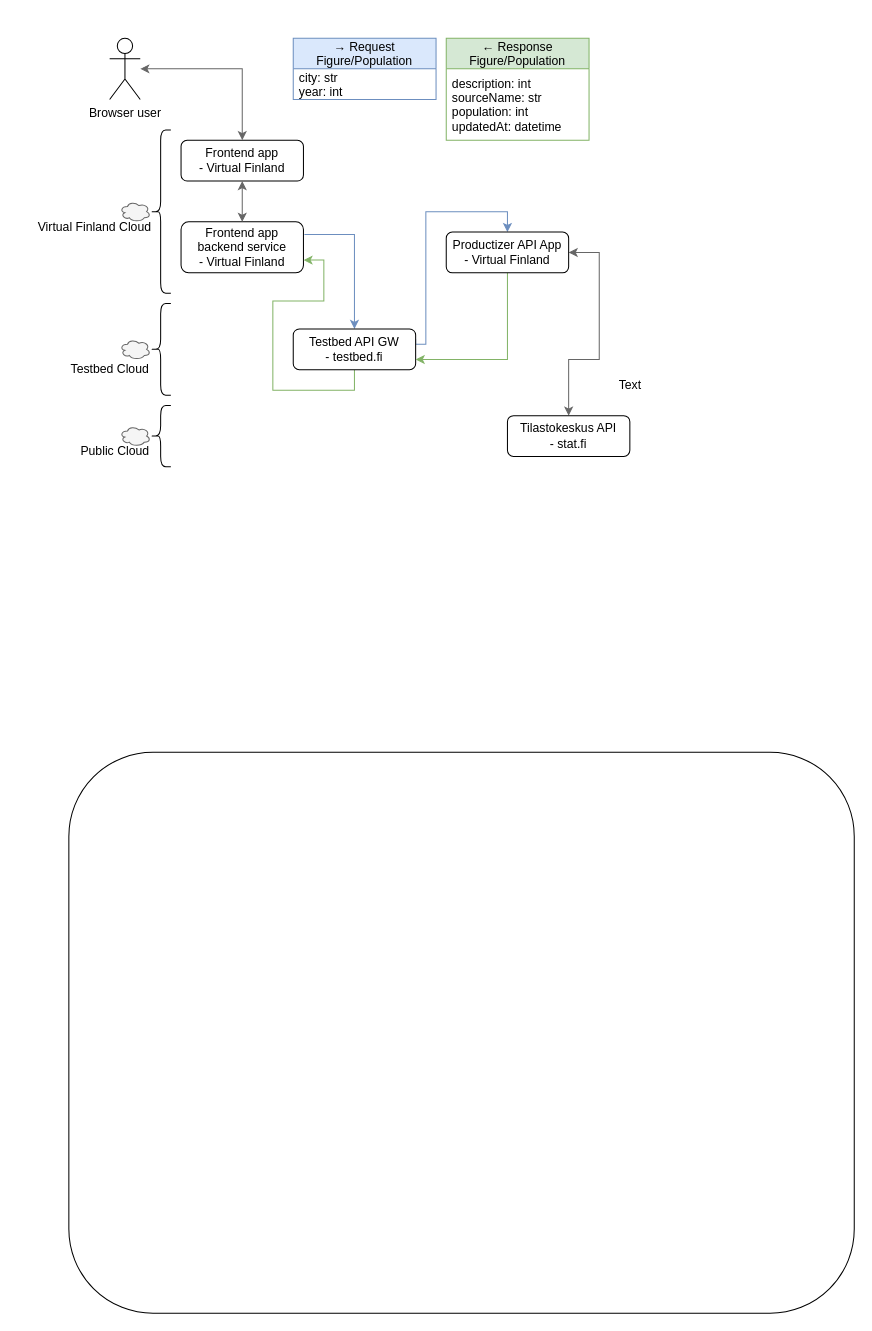
Above: docs/test-productizer-testbed-final.drawio in Virtual-Finland-Development/test-productizer (draw.io), before the change. Source tidied: cells renumbered, new cells numbered last; positions are measured from the earlier drawing's top-left corner, leaving out a move shared by most shapes. Both pictures are drawn from the tidied source at 102%, with x=0, y=0 at pixel (28, 38).
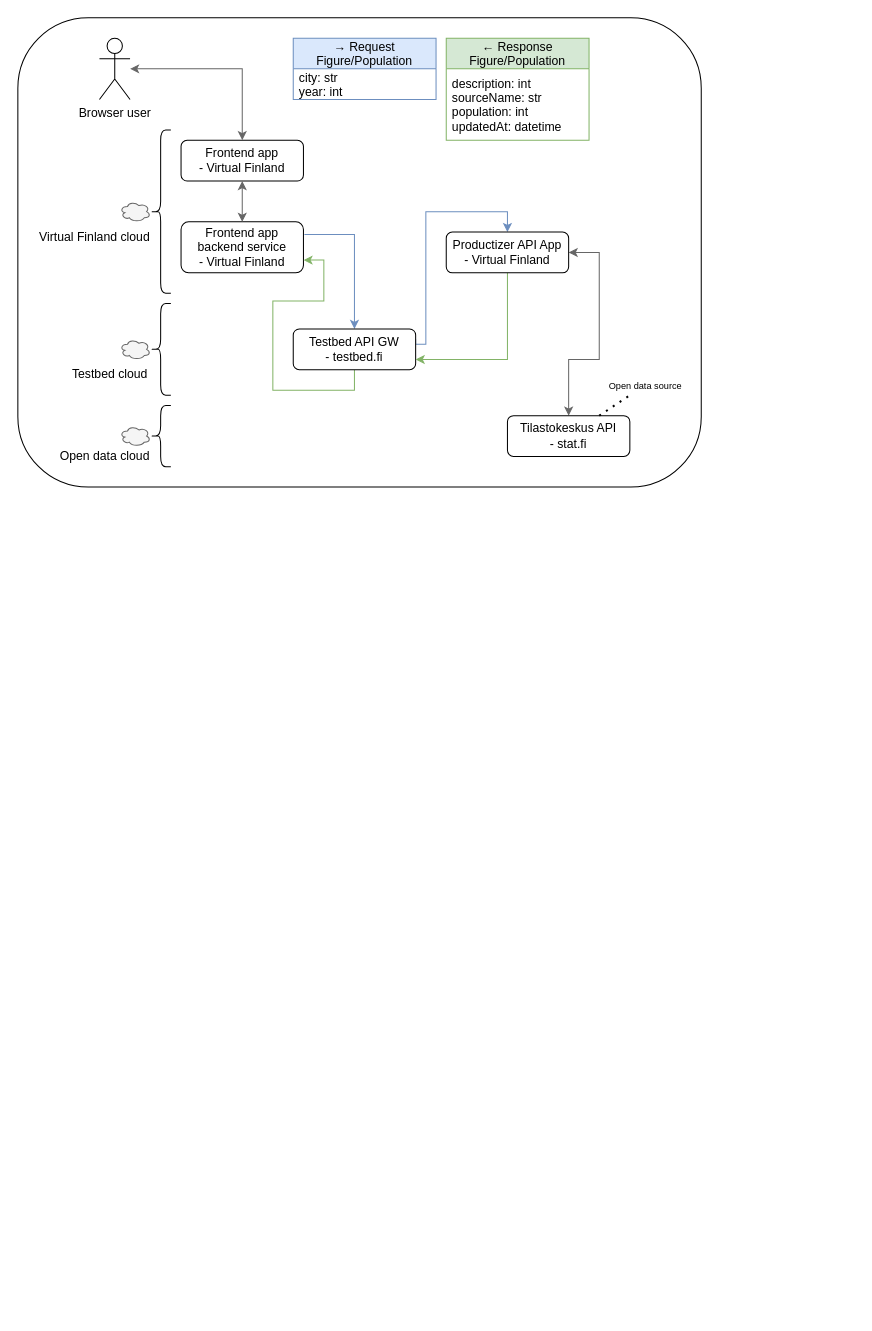
Above is the later version.

Commit message (it also covers changes not shown here):
docs: fine tune graps

Unchanged cells that the change refers to:
```xml
<mxCell id="15" value="Tilastokeskus API&lt;br&gt;- stat.fi" style="rounded=1;whiteSpace=wrap;html=1;" parent="1" vertex="1">
  <mxGeometry x="470" y="370" width="120" height="40" as="geometry" />
</mxCell>
```

What changed in the source:
```diff
@@
     <mxCell id="2" style="rounded=1;whiteSpace=wrap;html=1;" parent="1" vertex="1">
-      <mxGeometry x="40" y="700" width="770" height="550" as="geometry" />
+      <mxGeometry x="-10" y="-20" width="670" height="460" as="geometry" />
     </mxCell>
@@
     <mxCell id="5" value="Browser user" style="shape=umlActor;verticalLabelPosition=bottom;verticalAlign=top;html=1;outlineConnect=0;" parent="1" vertex="1">
-      <mxGeometry x="80" width="30" height="60" as="geometry" />
+      <mxGeometry x="70" width="30" height="60" as="geometry" />
     </mxCell>
@@
-    <mxCell id="16" value="Virtual Finland Cloud" style="text;html=1;align=center;verticalAlign=middle;strokeColor=none;fillColor=none;" parent="1" vertex="1">
-      <mxGeometry y="170" width="130" height="30" as="geometry" />
+    <mxCell id="16" value="Virtual Finland cloud" style="text;html=1;align=center;verticalAlign=middle;strokeColor=none;fillColor=none;" parent="1" vertex="1">
+      <mxGeometry x="5" y="185" width="120" height="20" as="geometry" />
     </mxCell>
-    <mxCell id="17" value="Testbed Cloud" style="text;html=1;align=center;verticalAlign=middle;strokeColor=none;fillColor=none;" parent="1" vertex="1">
-      <mxGeometry x="30" y="310" width="100" height="30" as="geometry" />
+    <mxCell id="17" value="Testbed cloud" style="text;html=1;align=center;verticalAlign=middle;strokeColor=none;fillColor=none;" parent="1" vertex="1">
+      <mxGeometry x="35" y="320" width="90" height="20" as="geometry" />
     </mxCell>
-    <mxCell id="18" value="Public Cloud" style="text;html=1;align=center;verticalAlign=middle;strokeColor=none;fillColor=none;" parent="1" vertex="1">
-      <mxGeometry x="40" y="390" width="90" height="30" as="geometry" />
+    <mxCell id="18" value="Open data cloud" style="text;html=1;align=center;verticalAlign=middle;strokeColor=none;fillColor=none;" parent="1" vertex="1">
+      <mxGeometry x="25" y="400" width="100" height="20" as="geometry" />
     </mxCell>
@@
-    <mxCell id="29" value="Text" style="text;html=1;align=center;verticalAlign=middle;points=[];strokeColor=none;fillColor=none;" parent="1" vertex="1">
-      <mxGeometry x="570" y="330" width="40" height="20" as="geometry" />
+    <mxCell id="29" value="&lt;font style=&quot;font-size: 9px&quot;&gt;Open data source&lt;/font&gt;" style="text;html=1;align=center;verticalAlign=middle;points=[];strokeColor=none;fillColor=none;" parent="1" vertex="1">
+      <mxGeometry x="560" y="330" width="90" height="20" as="geometry" />
     </mxCell>
+    <mxCell id="30" style="endArrow=none;dashed=1;html=1;dashPattern=1 3;strokeWidth=2;fontSize=9;exitX=0.75;exitY=0;exitDx=0;exitDy=0;" parent="1" edge="1" source="15" target="29">
+      <mxGeometry relative="1" as="geometry" />
+    </mxCell>
```
